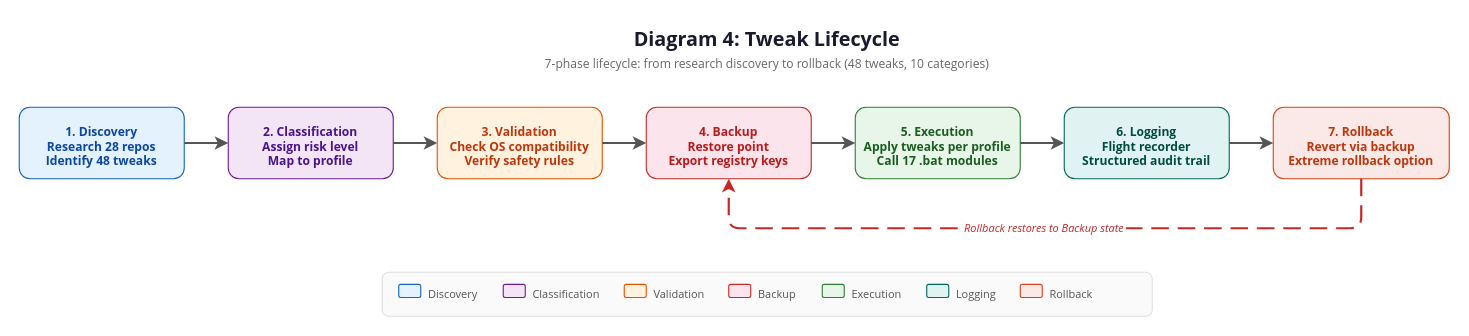
neckttiie090520/clutchg-pc-optimizer keeps this draw.io diagram as docs/diagrams/04-tweak-lifecycle.drawio. Above is the earlier version. Source tidied: cells renumbered, new cells numbered last; positions are measured from the earlier drawing's top-left corner, leaving out a move shared by most shapes. Both pictures are drawn from the tidied source at 110%, with x=0, y=0 at pixel (19, 19).
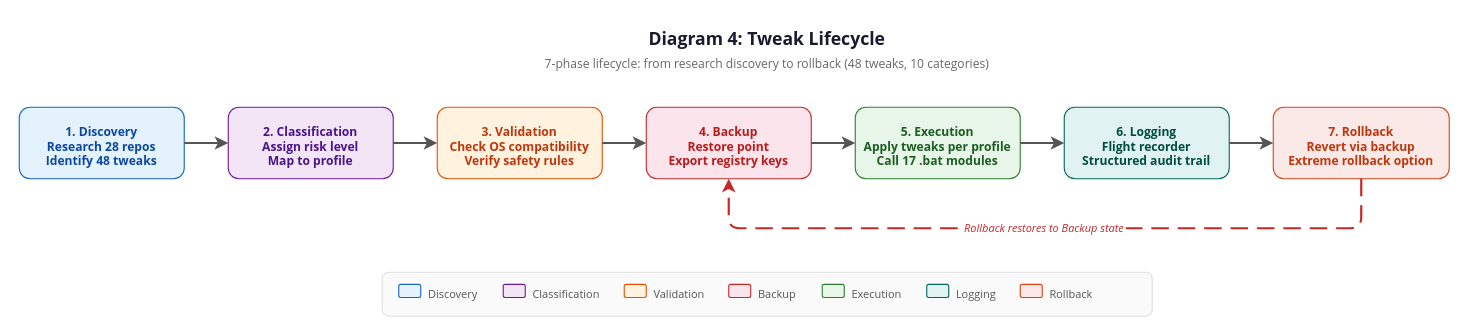
Above is the later version.

Change to the diagram source:
```diff
@@
-    <mxCell id="2" value="Diagram 4: Tweak Lifecycle" style="text;html=1;align=center;verticalAlign=middle;whiteSpace=wrap;fontSize=18;fontFamily=Segoe UI;fontStyle=1;fillColor=none;strokeColor=none;fontColor=#1a1a2e;" parent="1" vertex="1">
+    <mxCell id="2" value="Diagram 4: Tweak Lifecycle" style="text;html=1;align=center;verticalAlign=middle;whiteSpace=wrap;fontSize=16;fontFamily=Segoe UI;fontStyle=1;fillColor=none;strokeColor=none;fontColor=#1a1a2e;" parent="1" vertex="1">
       <mxGeometry x="330" width="700" height="35" as="geometry" />
     </mxCell>
```
